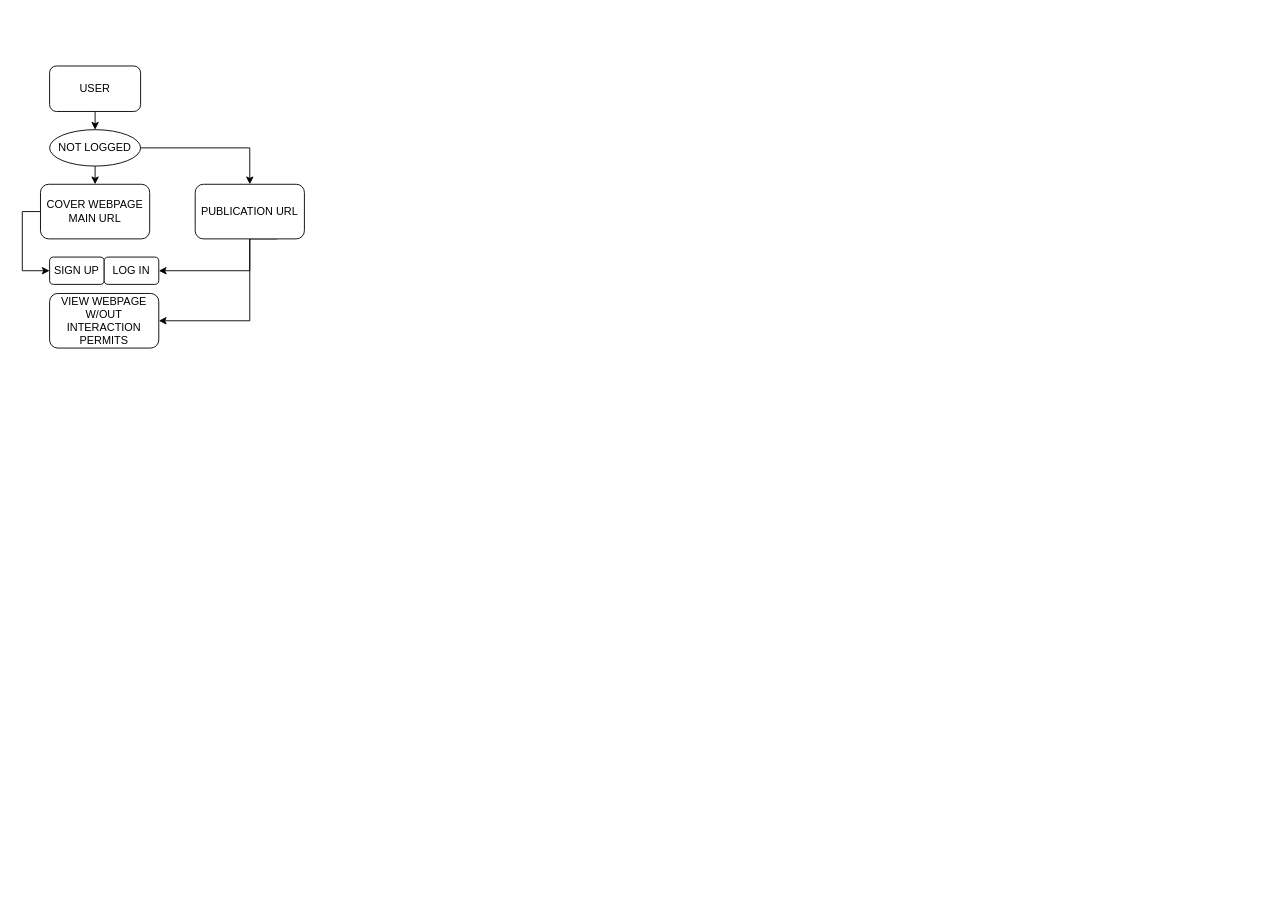
Above: Untitled Diagram.drawio in Adexuz7/PrinterMe (draw.io), before the change. Source tidied: cells renumbered, new cells numbered last; positions are measured from the earlier drawing's top-left corner, leaving out a move shared by most shapes. Both pictures are drawn from the tidied source at 91%, with x=0, y=0 at pixel (40, 66).
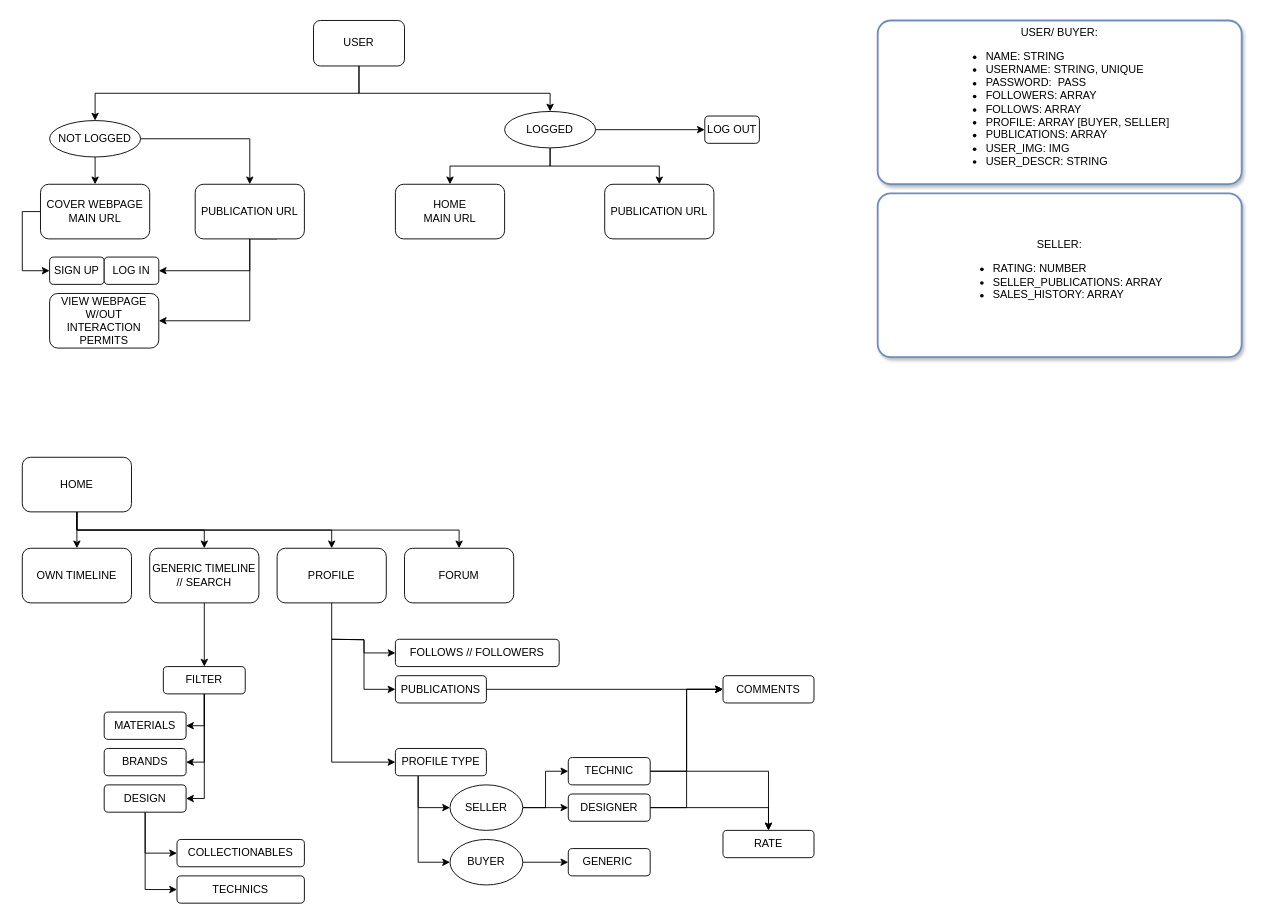
The same page after the edit.

Change to the diagram source:
```diff
@@
+    <mxCell id="15" style="edgeStyle=orthogonalEdgeStyle;rounded=0;jettySize=auto;html=1;exitX=0.5;exitY=1;exitDx=0;exitDy=0;" parent="1" edge="1" source="3" target="19">
+      <mxGeometry relative="1" as="geometry">
+        <Array as="points">
+          <mxPoint x="350" y="30" />
+          <mxPoint x="560" y="30" />
+        </Array>
+      </mxGeometry>
+    </mxCell>
     <mxCell id="3" value="USER" style="rounded=1;whiteSpace=wrap;html=1;" parent="1" vertex="1">
-      <mxGeometry x="10" width="100" height="50" as="geometry" />
+      <mxGeometry x="300" y="-50" width="100" height="50" as="geometry" />
     </mxCell>
@@
     <mxCell id="10" value="NOT LOGGED" style="ellipse;whiteSpace=wrap;html=1;" parent="1" vertex="1">
-      <mxGeometry x="10" y="70" width="100" height="40" as="geometry" />
+      <mxGeometry x="10" y="60" width="100" height="40" as="geometry" />
     </mxCell>
@@
+    <mxCell id="16" style="edgeStyle=orthogonalEdgeStyle;rounded=0;jettySize=auto;html=1;exitX=0.5;exitY=1;exitDx=0;exitDy=0;entryX=0.5;entryY=0;entryDx=0;entryDy=0;" parent="1" edge="1" source="19" target="20">
+      <mxGeometry relative="1" as="geometry">
+        <Array as="points">
+          <mxPoint x="560" y="110" />
+          <mxPoint x="450" y="110" />
+        </Array>
+      </mxGeometry>
+    </mxCell>
+    <mxCell id="17" style="edgeStyle=orthogonalEdgeStyle;rounded=0;jettySize=auto;html=1;exitX=0.5;exitY=1;exitDx=0;exitDy=0;entryX=0.5;entryY=0;entryDx=0;entryDy=0;" parent="1" edge="1" source="19" target="21">
+      <mxGeometry relative="1" as="geometry">
+        <Array as="points">
+          <mxPoint x="560" y="110" />
+          <mxPoint x="680" y="110" />
+        </Array>
+      </mxGeometry>
+    </mxCell>
+    <mxCell id="18" style="edgeStyle=orthogonalEdgeStyle;rounded=0;jettySize=auto;html=1;exitX=1;exitY=0.5;exitDx=0;exitDy=0;" parent="1" edge="1" source="19" target="22">
+      <mxGeometry relative="1" as="geometry" />
+    </mxCell>
+    <mxCell id="19" value="LOGGED" style="ellipse;whiteSpace=wrap;html=1;" parent="1" vertex="1">
+      <mxGeometry x="510" y="50" width="100" height="40" as="geometry" />
+    </mxCell>
+    <mxCell id="20" value="HOME&lt;br&gt;MAIN URL" style="rounded=1;whiteSpace=wrap;html=1;" parent="1" vertex="1">
+      <mxGeometry x="390" y="130" width="120" height="60" as="geometry" />
+    </mxCell>
+    <mxCell id="21" value="PUBLICATION URL" style="rounded=1;whiteSpace=wrap;html=1;" parent="1" vertex="1">
+      <mxGeometry x="620" y="130" width="120" height="60" as="geometry" />
+    </mxCell>
+    <mxCell id="22" value="LOG OUT" style="rounded=1;whiteSpace=wrap;html=1;" parent="1" vertex="1">
+      <mxGeometry x="730" y="55" width="60" height="30" as="geometry" />
+    </mxCell>
+    <mxCell id="23" style="edgeStyle=orthogonalEdgeStyle;rounded=0;jettySize=auto;html=1;exitX=0.5;exitY=1;exitDx=0;exitDy=0;entryX=0.5;entryY=0;entryDx=0;entryDy=0;" parent="1" edge="1" source="27" target="28">
+      <mxGeometry relative="1" as="geometry" />
+    </mxCell>
+    <mxCell id="24" style="edgeStyle=orthogonalEdgeStyle;rounded=0;jettySize=auto;html=1;exitX=0.5;exitY=1;exitDx=0;exitDy=0;entryX=0.5;entryY=0;entryDx=0;entryDy=0;" parent="1" edge="1" source="27" target="30">
+      <mxGeometry relative="1" as="geometry" />
+    </mxCell>
+    <mxCell id="25" style="edgeStyle=orthogonalEdgeStyle;rounded=0;jettySize=auto;html=1;exitX=0.5;exitY=1;exitDx=0;exitDy=0;" parent="1" edge="1" source="27" target="34">
+      <mxGeometry relative="1" as="geometry" />
+    </mxCell>
+    <mxCell id="26" style="edgeStyle=orthogonalEdgeStyle;rounded=0;jettySize=auto;html=1;exitX=0.5;exitY=1;exitDx=0;exitDy=0;" parent="1" edge="1" source="27" target="66">
+      <mxGeometry relative="1" as="geometry" />
+    </mxCell>
+    <mxCell id="27" value="HOME" style="rounded=1;whiteSpace=wrap;html=1;" parent="1" vertex="1">
+      <mxGeometry x="-20" y="430" width="120" height="60" as="geometry" />
+    </mxCell>
+    <mxCell id="28" value="OWN TIMELINE" style="rounded=1;whiteSpace=wrap;html=1;" parent="1" vertex="1">
+      <mxGeometry x="-20" y="530" width="120" height="60" as="geometry" />
+    </mxCell>
+    <mxCell id="29" style="edgeStyle=orthogonalEdgeStyle;rounded=0;jettySize=auto;html=1;exitX=0.5;exitY=1;exitDx=0;exitDy=0;entryX=0.5;entryY=0;entryDx=0;entryDy=0;" parent="1" edge="1" source="30" target="56">
+      <mxGeometry relative="1" as="geometry" />
+    </mxCell>
+    <mxCell id="30" value="GENERIC TIMELINE // SEARCH" style="rounded=1;whiteSpace=wrap;html=1;" parent="1" vertex="1">
+      <mxGeometry x="120" y="530" width="120" height="60" as="geometry" />
+    </mxCell>
+    <mxCell id="31" style="edgeStyle=orthogonalEdgeStyle;rounded=0;jettySize=auto;html=1;exitX=0.5;exitY=1;exitDx=0;exitDy=0;entryX=0;entryY=0.5;entryDx=0;entryDy=0;" parent="1" edge="1" target="35">
+      <mxGeometry relative="1" as="geometry">
+        <mxPoint x="320" y="630" as="sourcePoint" />
+      </mxGeometry>
+    </mxCell>
+    <mxCell id="32" style="edgeStyle=orthogonalEdgeStyle;rounded=0;jettySize=auto;html=1;exitX=0.5;exitY=1;exitDx=0;exitDy=0;entryX=0;entryY=0.5;entryDx=0;entryDy=0;" parent="1" edge="1" target="37">
+      <mxGeometry relative="1" as="geometry">
+        <mxPoint x="320" y="630" as="sourcePoint" />
+      </mxGeometry>
+    </mxCell>
+    <mxCell id="33" style="edgeStyle=orthogonalEdgeStyle;rounded=0;jettySize=auto;html=1;exitX=0.5;exitY=1;exitDx=0;exitDy=0;entryX=0;entryY=0.5;entryDx=0;entryDy=0;" parent="1" edge="1" source="34" target="40">
+      <mxGeometry relative="1" as="geometry" />
+    </mxCell>
+    <mxCell id="34" value="PROFILE" style="rounded=1;whiteSpace=wrap;html=1;" parent="1" vertex="1">
+      <mxGeometry x="260" y="530" width="120" height="60" as="geometry" />
+    </mxCell>
+    <mxCell id="35" value="FOLLOWS // FOLLOWERS" style="rounded=1;whiteSpace=wrap;html=1;" parent="1" vertex="1">
+      <mxGeometry x="390" y="630" width="180" height="30" as="geometry" />
+    </mxCell>
+    <mxCell id="36" style="edgeStyle=orthogonalEdgeStyle;rounded=0;jettySize=auto;html=1;exitX=1;exitY=0.5;exitDx=0;exitDy=0;" parent="1" edge="1" source="37" target="60">
+      <mxGeometry relative="1" as="geometry" />
+    </mxCell>
+    <mxCell id="37" value="PUBLICATIONS" style="rounded=1;whiteSpace=wrap;html=1;" parent="1" vertex="1">
+      <mxGeometry x="390" y="670" width="100" height="30" as="geometry" />
+    </mxCell>
+    <mxCell id="38" style="edgeStyle=orthogonalEdgeStyle;rounded=0;jettySize=auto;html=1;exitX=0.25;exitY=1;exitDx=0;exitDy=0;entryX=0;entryY=0.5;entryDx=0;entryDy=0;" parent="1" edge="1" source="40" target="50">
+      <mxGeometry relative="1" as="geometry" />
+    </mxCell>
+    <mxCell id="39" style="edgeStyle=orthogonalEdgeStyle;rounded=0;jettySize=auto;html=1;exitX=0.25;exitY=1;exitDx=0;exitDy=0;entryX=0;entryY=0.5;entryDx=0;entryDy=0;" parent="1" edge="1" source="40" target="52">
+      <mxGeometry relative="1" as="geometry" />
+    </mxCell>
+    <mxCell id="40" value="PROFILE TYPE" style="rounded=1;whiteSpace=wrap;html=1;" parent="1" vertex="1">
+      <mxGeometry x="390" y="750" width="100" height="30" as="geometry" />
+    </mxCell>
+    <mxCell id="41" style="edgeStyle=orthogonalEdgeStyle;rounded=0;jettySize=auto;html=1;exitX=1;exitY=0.5;exitDx=0;exitDy=0;entryX=0;entryY=0.5;entryDx=0;entryDy=0;" parent="1" edge="1" source="43" target="60">
+      <mxGeometry relative="1" as="geometry" />
+    </mxCell>
+    <mxCell id="42" style="edgeStyle=orthogonalEdgeStyle;rounded=0;jettySize=auto;html=1;exitX=1;exitY=0.5;exitDx=0;exitDy=0;" parent="1" edge="1" source="43" target="62">
+      <mxGeometry relative="1" as="geometry" />
+    </mxCell>
+    <mxCell id="43" value="TECHNIC" style="rounded=1;whiteSpace=wrap;html=1;" parent="1" vertex="1">
+      <mxGeometry x="580" y="760" width="90" height="30" as="geometry" />
+    </mxCell>
+    <mxCell id="44" style="edgeStyle=orthogonalEdgeStyle;rounded=0;jettySize=auto;html=1;exitX=1;exitY=0.5;exitDx=0;exitDy=0;entryX=0;entryY=0.5;entryDx=0;entryDy=0;" parent="1" edge="1" source="46" target="60">
+      <mxGeometry relative="1" as="geometry" />
+    </mxCell>
+    <mxCell id="45" style="edgeStyle=orthogonalEdgeStyle;rounded=0;jettySize=auto;html=1;exitX=1;exitY=0.5;exitDx=0;exitDy=0;entryX=0.5;entryY=0;entryDx=0;entryDy=0;" parent="1" edge="1" source="46" target="62">
+      <mxGeometry relative="1" as="geometry" />
+    </mxCell>
+    <mxCell id="46" value="DESIGNER" style="rounded=1;whiteSpace=wrap;html=1;" parent="1" vertex="1">
+      <mxGeometry x="580" y="800" width="90" height="30" as="geometry" />
+    </mxCell>
+    <mxCell id="47" value="GENERIC&amp;nbsp;" style="rounded=1;whiteSpace=wrap;html=1;" parent="1" vertex="1">
+      <mxGeometry x="580" y="860" width="90" height="30" as="geometry" />
+    </mxCell>
+    <mxCell id="48" style="edgeStyle=orthogonalEdgeStyle;rounded=0;jettySize=auto;html=1;exitX=1;exitY=0.5;exitDx=0;exitDy=0;entryX=0;entryY=0.5;entryDx=0;entryDy=0;" parent="1" edge="1" source="50" target="43">
+      <mxGeometry relative="1" as="geometry" />
+    </mxCell>
+    <mxCell id="49" style="edgeStyle=orthogonalEdgeStyle;rounded=0;jettySize=auto;html=1;exitX=1;exitY=0.5;exitDx=0;exitDy=0;" parent="1" edge="1" source="50" target="46">
+      <mxGeometry relative="1" as="geometry" />
+    </mxCell>
+    <mxCell id="50" value="SELLER" style="ellipse;whiteSpace=wrap;html=1;" parent="1" vertex="1">
+      <mxGeometry x="450" y="790" width="80" height="50" as="geometry" />
+    </mxCell>
+    <mxCell id="51" style="edgeStyle=orthogonalEdgeStyle;rounded=0;jettySize=auto;html=1;exitX=1;exitY=0.5;exitDx=0;exitDy=0;" parent="1" edge="1" source="52" target="47">
+      <mxGeometry relative="1" as="geometry" />
+    </mxCell>
+    <mxCell id="52" value="BUYER" style="ellipse;whiteSpace=wrap;html=1;" parent="1" vertex="1">
+      <mxGeometry x="450" y="850" width="80" height="50" as="geometry" />
+    </mxCell>
+    <mxCell id="53" style="edgeStyle=orthogonalEdgeStyle;rounded=0;jettySize=auto;html=1;exitX=0.5;exitY=1;exitDx=0;exitDy=0;entryX=1;entryY=0.5;entryDx=0;entryDy=0;" parent="1" edge="1" source="56" target="61">
+      <mxGeometry relative="1" as="geometry" />
+    </mxCell>
+    <mxCell id="54" style="edgeStyle=orthogonalEdgeStyle;rounded=0;jettySize=auto;html=1;exitX=0.5;exitY=1;exitDx=0;exitDy=0;entryX=1;entryY=0.5;entryDx=0;entryDy=0;" parent="1" edge="1" source="56" target="63">
+      <mxGeometry relative="1" as="geometry" />
+    </mxCell>
+    <mxCell id="55" style="edgeStyle=orthogonalEdgeStyle;rounded=0;jettySize=auto;html=1;exitX=0.5;exitY=1;exitDx=0;exitDy=0;entryX=1;entryY=0.5;entryDx=0;entryDy=0;" parent="1" edge="1" source="56" target="59">
+      <mxGeometry relative="1" as="geometry" />
+    </mxCell>
+    <mxCell id="56" value="FILTER" style="rounded=1;whiteSpace=wrap;html=1;" parent="1" vertex="1">
+      <mxGeometry x="135" y="660" width="90" height="30" as="geometry" />
+    </mxCell>
+    <mxCell id="57" style="edgeStyle=orthogonalEdgeStyle;rounded=0;jettySize=auto;html=1;exitX=0.5;exitY=1;exitDx=0;exitDy=0;entryX=0;entryY=0.5;entryDx=0;entryDy=0;" parent="1" edge="1" source="59" target="64">
+      <mxGeometry relative="1" as="geometry" />
+    </mxCell>
+    <mxCell id="58" style="edgeStyle=orthogonalEdgeStyle;rounded=0;jettySize=auto;html=1;exitX=0.5;exitY=1;exitDx=0;exitDy=0;entryX=0;entryY=0.5;entryDx=0;entryDy=0;" parent="1" edge="1" source="59" target="65">
+      <mxGeometry relative="1" as="geometry" />
+    </mxCell>
+    <mxCell id="59" value="DESIGN" style="rounded=1;whiteSpace=wrap;html=1;" parent="1" vertex="1">
+      <mxGeometry x="70" y="790" width="90" height="30" as="geometry" />
+    </mxCell>
+    <mxCell id="60" value="COMMENTS" style="rounded=1;whiteSpace=wrap;html=1;" parent="1" vertex="1">
+      <mxGeometry x="750" y="670" width="100" height="30" as="geometry" />
+    </mxCell>
+    <mxCell id="61" value="MATERIALS" style="rounded=1;whiteSpace=wrap;html=1;" parent="1" vertex="1">
+      <mxGeometry x="70" y="710" width="90" height="30" as="geometry" />
+    </mxCell>
+    <mxCell id="62" value="RATE" style="rounded=1;whiteSpace=wrap;html=1;" parent="1" vertex="1">
+      <mxGeometry x="750" y="840" width="100" height="30" as="geometry" />
+    </mxCell>
+    <mxCell id="63" value="BRANDS" style="rounded=1;whiteSpace=wrap;html=1;" parent="1" vertex="1">
+      <mxGeometry x="70" y="750" width="90" height="30" as="geometry" />
+    </mxCell>
+    <mxCell id="64" value="COLLECTIONABLES" style="rounded=1;whiteSpace=wrap;html=1;" parent="1" vertex="1">
+      <mxGeometry x="150" y="850" width="140" height="30" as="geometry" />
+    </mxCell>
+    <mxCell id="65" value="TECHNICS" style="rounded=1;whiteSpace=wrap;html=1;" parent="1" vertex="1">
+      <mxGeometry x="150" y="890" width="140" height="30" as="geometry" />
+    </mxCell>
+    <mxCell id="66" value="FORUM" style="rounded=1;whiteSpace=wrap;html=1;" parent="1" vertex="1">
+      <mxGeometry x="400" y="530" width="120" height="60" as="geometry" />
+    </mxCell>
+    <mxCell id="67" value="USER/ BUYER:&lt;br&gt;&lt;ul&gt;&lt;li style=&quot;text-align: justify&quot;&gt;NAME: STRING&lt;/li&gt;&lt;li style=&quot;text-align: justify&quot;&gt;USERNAME: STRING, UNIQUE&lt;/li&gt;&lt;li style=&quot;text-align: justify&quot;&gt;PASSWORD:&amp;nbsp; PASS&lt;/li&gt;&lt;li style=&quot;text-align: justify&quot;&gt;FOLLOWERS: ARRAY&lt;/li&gt;&lt;li style=&quot;text-align: justify&quot;&gt;FOLLOWS: ARRAY&lt;/li&gt;&lt;li style=&quot;text-align: justify&quot;&gt;PROFILE: ARRAY [BUYER, SELLER]&lt;/li&gt;&lt;li style=&quot;text-align: justify&quot;&gt;PUBLICATIONS: ARRAY&lt;/li&gt;&lt;li style=&quot;text-align: justify&quot;&gt;USER_IMG: IMG&lt;/li&gt;&lt;li style=&quot;text-align: justify&quot;&gt;USER_DESCR: STRING&lt;/li&gt;&lt;/ul&gt;" style="rounded=1;whiteSpace=wrap;html=1;strokeColor=#6c8ebf;shadow=1;sketch=0;glass=0;align=center;labelBorderColor=none;strokeWidth=2;horizontal=1;arcSize=8;" parent="1" vertex="1">
+      <mxGeometry x="920" y="-50" width="400" height="180" as="geometry" />
+    </mxCell>
+    <mxCell id="68" value="SELLER:&lt;br&gt;&lt;ul&gt;&lt;li style=&quot;text-align: justify&quot;&gt;RATING: NUMBER&lt;/li&gt;&lt;li style=&quot;text-align: justify&quot;&gt;SELLER_PUBLICATIONS: ARRAY&lt;/li&gt;&lt;li style=&quot;text-align: justify&quot;&gt;SALES_HISTORY: ARRAY&lt;/li&gt;&lt;/ul&gt;" style="rounded=1;whiteSpace=wrap;html=1;strokeColor=#6c8ebf;shadow=1;sketch=0;glass=0;align=center;labelBorderColor=none;strokeWidth=2;horizontal=1;arcSize=8;" parent="1" vertex="1">
+      <mxGeometry x="920" y="140" width="400" height="180" as="geometry" />
+    </mxCell>
```
